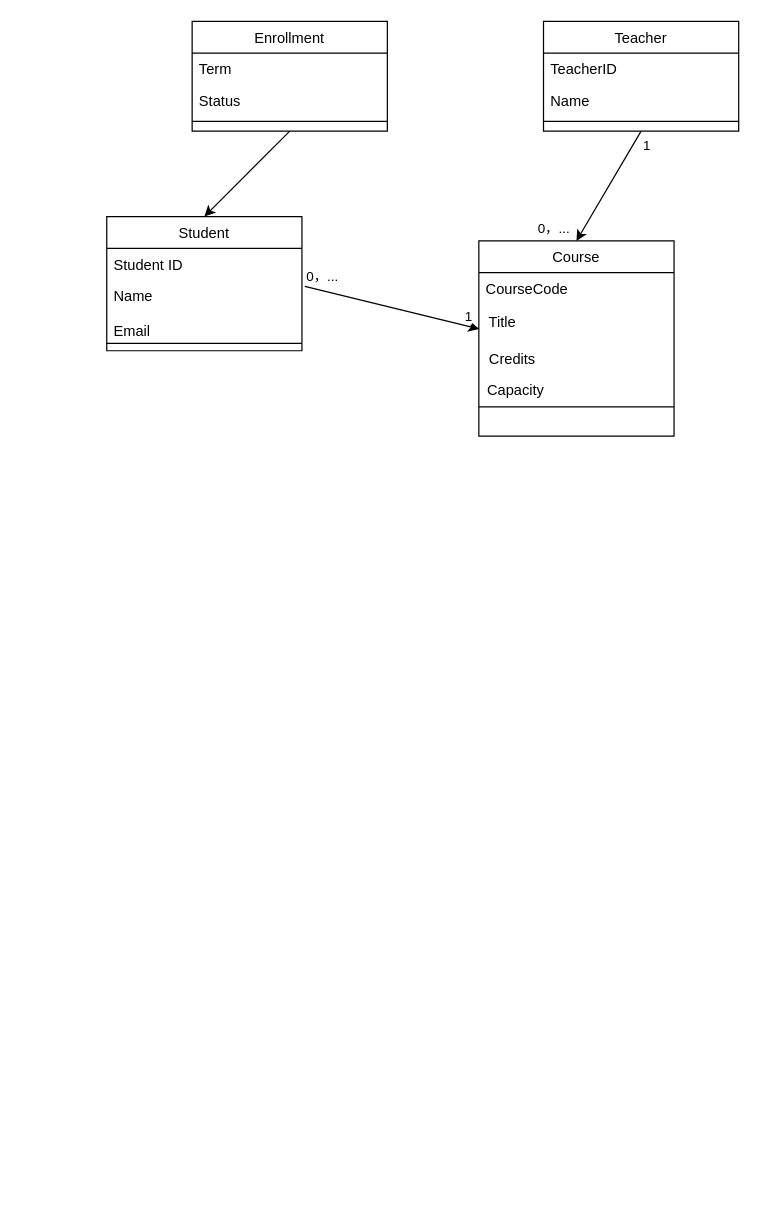
Above: Class D1.drawio in ybohhh/Multimodal-Integration-for-Enhanced-Image-and-text-data-classification-and-Retrieval (draw.io), before the change. Source tidied: cells renumbered, new cells numbered last; positions are measured from the earlier drawing's top-left corner, leaving out a move shared by most shapes. Both pictures are drawn from the tidied source at 122%, with x=0, y=0 at pixel (106, 21).
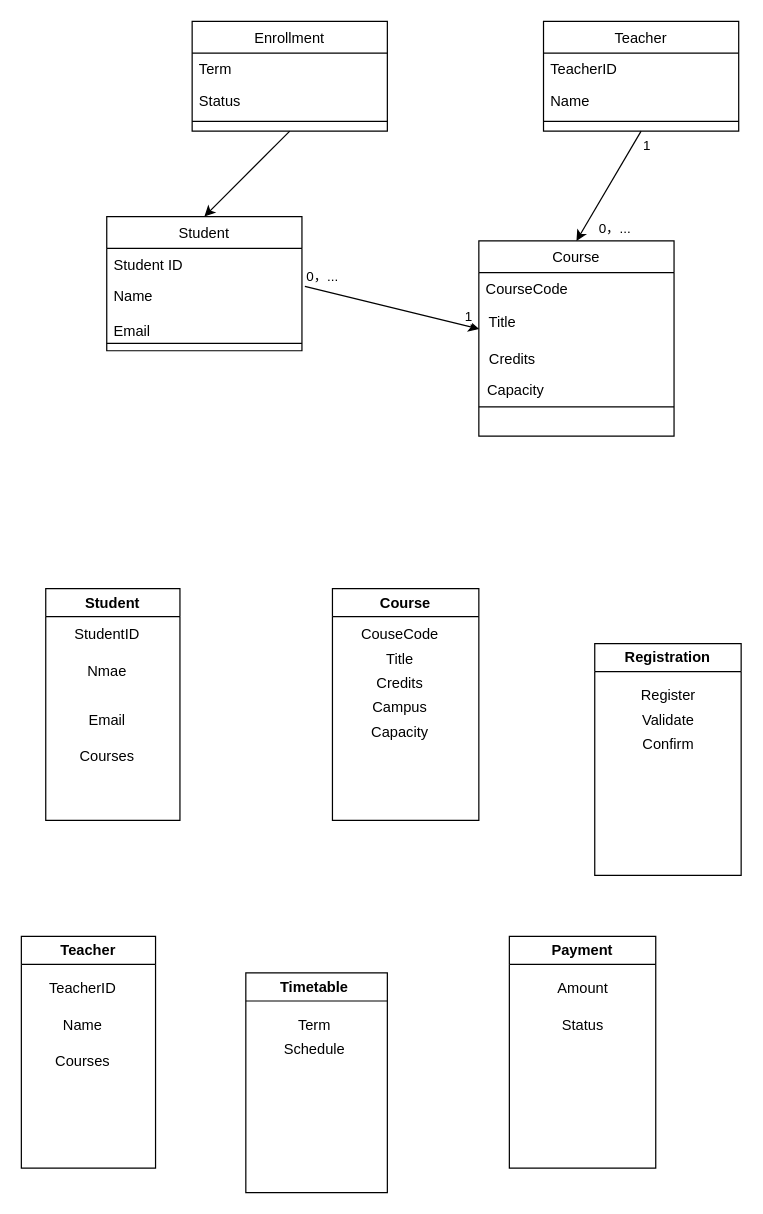
The same diagram, later.

Unchanged cells that the change refers to:
```xml
<mxCell id="24" style="endArrow=classic;html=1;rounded=0;exitX=0.5;exitY=1;exitDx=0;exitDy=0;entryX=0.5;entryY=0;entryDx=0;entryDy=0;" parent="1" edge="1" source="15" target="10">
  <mxGeometry relative="1" as="geometry" />
</mxCell>
```

The edit, as a diff of the source:
```diff
@@
     <mxCell id="26" value="0，..." style="edgeLabel;html=1;align=right;verticalAlign=bottom;" parent="24" vertex="1">
       <mxGeometry x="1" relative="1" as="geometry">
-        <mxPoint x="-5" y="-2" as="offset" />
+        <mxPoint x="45" y="-2" as="offset" />
       </mxGeometry>
     </mxCell>
+    <mxCell id="27" value="Teacher" style="swimlane;whiteSpace=wrap;html=1;" parent="1" vertex="1">
+      <mxGeometry x="-70" y="750" width="110" height="190" as="geometry" />
+    </mxCell>
+    <mxCell id="28" value="Student" style="swimlane;whiteSpace=wrap;html=1;" parent="1" vertex="1">
+      <mxGeometry x="-50" y="465" width="110" height="190" as="geometry" />
+    </mxCell>
+    <mxCell id="29" value="Course" style="swimlane;whiteSpace=wrap;html=1;" parent="1" vertex="1">
+      <mxGeometry x="185" y="465" width="120" height="190" as="geometry" />
+    </mxCell>
+    <mxCell id="30" value="Timetable&amp;nbsp;" style="swimlane;whiteSpace=wrap;html=1;" parent="1" vertex="1">
+      <mxGeometry x="114" y="780" width="116" height="180" as="geometry" />
+    </mxCell>
+    <mxCell id="31" value="Term" style="text;html=1;align=center;verticalAlign=middle;strokeColor=none;fillColor=none;" parent="30" vertex="1">
+      <mxGeometry x="31" y="28" width="50" height="30" as="geometry" />
+    </mxCell>
+    <mxCell id="32" value="Registration" style="swimlane;whiteSpace=wrap;html=1;startSize=23;" parent="1" vertex="1">
+      <mxGeometry x="400" y="510" width="120" height="190" as="geometry" />
+    </mxCell>
+    <mxCell id="33" value="Register" style="text;html=1;align=center;verticalAlign=middle;strokeColor=none;fillColor=none;" parent="32" vertex="1">
+      <mxGeometry x="25" y="28" width="70" height="30" as="geometry" />
+    </mxCell>
+    <mxCell id="34" value="Payment" style="swimlane;whiteSpace=wrap;html=1;" parent="1" vertex="1">
+      <mxGeometry x="330" y="750" width="120" height="190" as="geometry" />
+    </mxCell>
+    <mxCell id="35" value="StudentID" style="text;html=1;align=center;verticalAlign=middle;strokeColor=none;fillColor=none;" parent="1" vertex="1">
+      <mxGeometry x="-40" y="488" width="80" height="30" as="geometry" />
+    </mxCell>
+    <mxCell id="36" value="Nmae" style="text;html=1;align=center;verticalAlign=middle;strokeColor=none;fillColor=none;" parent="1" vertex="1">
+      <mxGeometry x="-30" y="518" width="60" height="30" as="geometry" />
+    </mxCell>
+    <mxCell id="37" value="Email" style="text;html=1;align=center;verticalAlign=middle;strokeColor=none;fillColor=none;" parent="1" vertex="1">
+      <mxGeometry x="-25" y="558" width="50" height="30" as="geometry" />
+    </mxCell>
+    <mxCell id="38" value="Courses" style="text;html=1;align=center;verticalAlign=middle;strokeColor=none;fillColor=none;" parent="1" vertex="1">
+      <mxGeometry x="-35" y="588" width="70" height="30" as="geometry" />
+    </mxCell>
+    <mxCell id="39" value="TeacherID" style="text;html=1;align=center;verticalAlign=middle;strokeColor=none;fillColor=none;" parent="1" vertex="1">
+      <mxGeometry x="-60" y="778" width="80" height="30" as="geometry" />
+    </mxCell>
+    <mxCell id="40" value="Name" style="text;html=1;align=center;verticalAlign=middle;strokeColor=none;fillColor=none;" parent="1" vertex="1">
+      <mxGeometry x="-50" y="808" width="60" height="30" as="geometry" />
+    </mxCell>
+    <mxCell id="41" value="Courses" style="text;html=1;align=center;verticalAlign=middle;strokeColor=none;fillColor=none;" parent="1" vertex="1">
+      <mxGeometry x="-55" y="838" width="70" height="30" as="geometry" />
+    </mxCell>
+    <mxCell id="42" value="CouseCode" style="text;html=1;align=center;verticalAlign=middle;strokeColor=none;fillColor=none;" parent="1" vertex="1">
+      <mxGeometry x="195" y="488" width="90" height="30" as="geometry" />
+    </mxCell>
+    <mxCell id="43" value="Title" style="text;html=1;align=center;verticalAlign=middle;strokeColor=none;fillColor=none;" parent="1" vertex="1">
+      <mxGeometry x="215" y="508" width="50" height="30" as="geometry" />
+    </mxCell>
+    <mxCell id="44" value="Credits" style="text;html=1;align=center;verticalAlign=middle;strokeColor=none;fillColor=none;" parent="1" vertex="1">
+      <mxGeometry x="210" y="528" width="60" height="30" as="geometry" />
+    </mxCell>
+    <mxCell id="45" value="Campus" style="text;html=1;align=center;verticalAlign=middle;strokeColor=none;fillColor=none;" parent="1" vertex="1">
+      <mxGeometry x="205" y="548" width="70" height="30" as="geometry" />
+    </mxCell>
+    <mxCell id="46" value="Capacity" style="text;html=1;align=center;verticalAlign=middle;strokeColor=none;fillColor=none;" parent="1" vertex="1">
+      <mxGeometry x="205" y="568" width="70" height="30" as="geometry" />
+    </mxCell>
+    <mxCell id="47" value="Schedule" style="text;html=1;align=center;verticalAlign=middle;strokeColor=none;fillColor=none;" parent="1" vertex="1">
+      <mxGeometry x="135" y="828" width="70" height="30" as="geometry" />
+    </mxCell>
+    <mxCell id="48" value="Validate" style="text;html=1;align=center;verticalAlign=middle;strokeColor=none;fillColor=none;" parent="1" vertex="1">
+      <mxGeometry x="425" y="558" width="70" height="30" as="geometry" />
+    </mxCell>
+    <mxCell id="49" value="Confirm" style="text;html=1;align=center;verticalAlign=middle;strokeColor=none;fillColor=none;" parent="1" vertex="1">
+      <mxGeometry x="425" y="578" width="70" height="30" as="geometry" />
+    </mxCell>
+    <mxCell id="50" value="Amount" style="text;html=1;align=center;verticalAlign=middle;strokeColor=none;fillColor=none;" parent="1" vertex="1">
+      <mxGeometry x="360" y="778" width="60" height="30" as="geometry" />
+    </mxCell>
+    <mxCell id="51" value="Status" style="text;html=1;align=center;verticalAlign=middle;strokeColor=none;fillColor=none;" parent="1" vertex="1">
+      <mxGeometry x="360" y="808" width="60" height="30" as="geometry" />
+    </mxCell>
```
